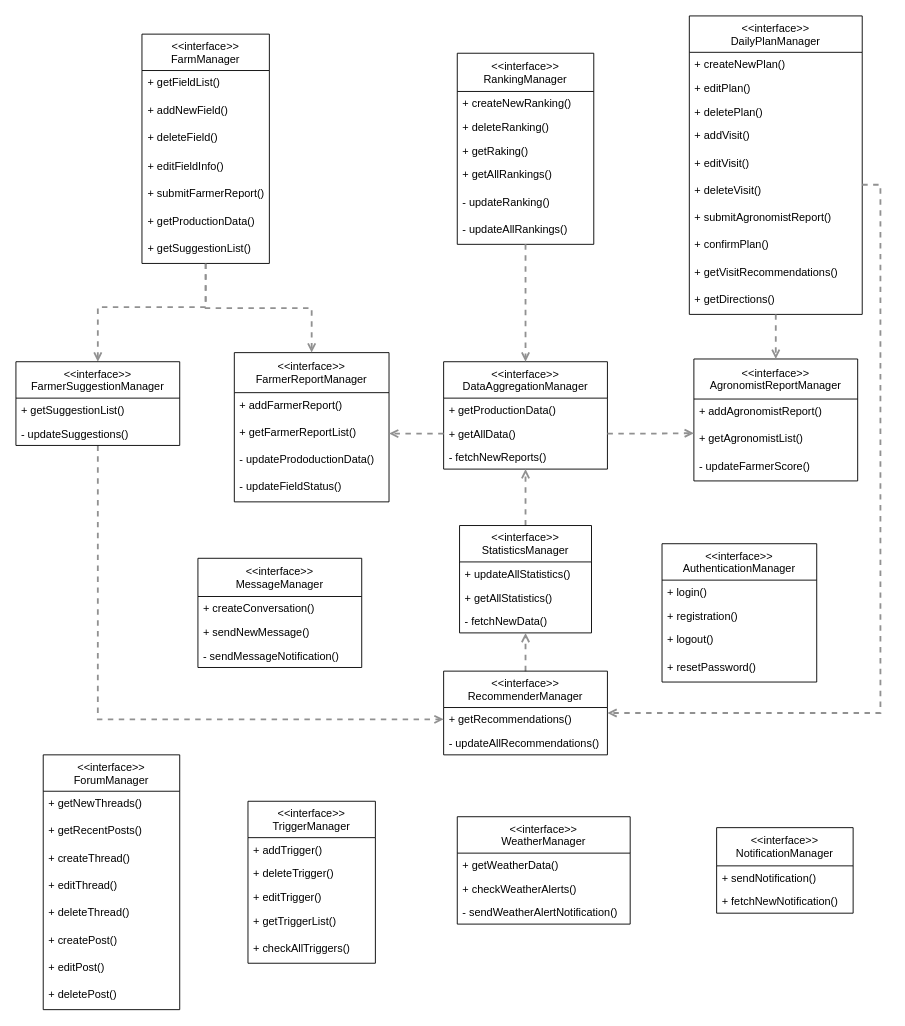
Earlier version of the draw.io diagram images_diagrams/dd/component_interfaces_diagram.drawio (gabrielemarra/DREAM-ProjectDesign). Source tidied: cells renumbered, new cells numbered last; positions are measured from the earlier drawing's top-left corner, leaving out a move shared by most shapes. Both pictures are drawn from the tidied source at 91%, with x=0, y=0 at pixel (15, 15).
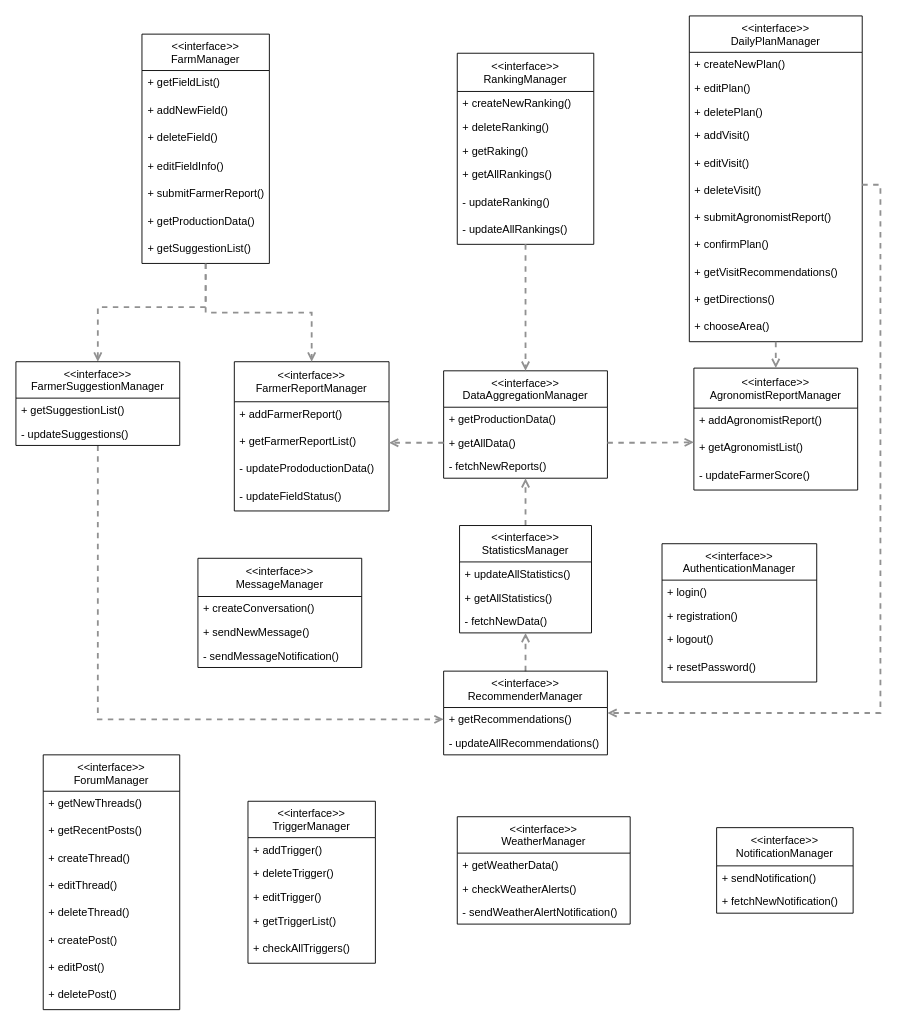
After the change.

Commit message (it also covers changes not shown here):
minor fix at component diagram

Unchanged cells that the change refers to:
```xml
<mxCell id="61" value="+ getDirections()" style="text;whiteSpace=wrap;html=1;spacingLeft=4;" parent="51" vertex="1">
  <mxGeometry y="298" width="190" height="30" as="geometry" />
</mxCell>
```

The edit, as a diff of the source:
```diff
@@
     <mxCell id="25" value="&lt;&lt;interface&gt;&gt;&#10;FarmerReportManager" style="swimlane;fontStyle=0;horizontal=1;startSize=44;fillColor=none;" parent="1" vertex="1">
-      <mxGeometry x="240" y="370" width="170" height="164" as="geometry" />
+      <mxGeometry x="240" y="380" width="170" height="164" as="geometry" />
     </mxCell>
@@
     <mxCell id="30" value="&lt;&lt;interface&gt;&gt;&#10;AgronomistReportManager" style="swimlane;fontStyle=0;horizontal=1;startSize=44;fillColor=none;" parent="1" vertex="1">
-      <mxGeometry x="745" y="377" width="180" height="134" as="geometry" />
+      <mxGeometry x="745" y="387" width="180" height="134" as="geometry" />
     </mxCell>
@@
     <mxCell id="34" value="&lt;&lt;interface&gt;&gt;&#10;DataAggregationManager" style="swimlane;fontStyle=0;horizontal=1;startSize=40;fillColor=none;" parent="1" vertex="1">
-      <mxGeometry x="470" y="380" width="180" height="118" as="geometry" />
+      <mxGeometry x="470" y="390" width="180" height="118" as="geometry" />
     </mxCell>
@@
     <mxCell id="51" value="&lt;&lt;interface&gt;&gt;&#10;DailyPlanManager" style="swimlane;fontStyle=0;horizontal=1;startSize=40;fillColor=none;" parent="1" vertex="1">
-      <mxGeometry x="740" width="190" height="328" as="geometry" />
+      <mxGeometry x="740" width="190" height="358" as="geometry" />
     </mxCell>
@@
+    <mxCell id="92" value="+ chooseArea()" style="text;whiteSpace=wrap;html=1;spacingLeft=4;" parent="51" vertex="1">
+      <mxGeometry y="328" width="190" height="30" as="geometry" />
+    </mxCell>
@@
-    <mxCell id="87" style="edgeStyle=orthogonalEdgeStyle;rounded=0;jettySize=auto;html=1;entryX=0.5;entryY=0;entryDx=0;entryDy=0;dashed=1;endArrow=open;endFill=0;strokeColor=#919191;strokeWidth=2;" parent="1" edge="1" source="61" target="30">
+    <mxCell id="87" style="edgeStyle=orthogonalEdgeStyle;rounded=0;jettySize=auto;html=1;entryX=0.5;entryY=0;entryDx=0;entryDy=0;dashed=1;endArrow=open;endFill=0;strokeColor=#919191;strokeWidth=2;exitX=0.5;exitY=1;exitDx=0;exitDy=0;" parent="1" edge="1" source="92" target="30">
       <mxGeometry relative="1" as="geometry" />
     </mxCell>
```
